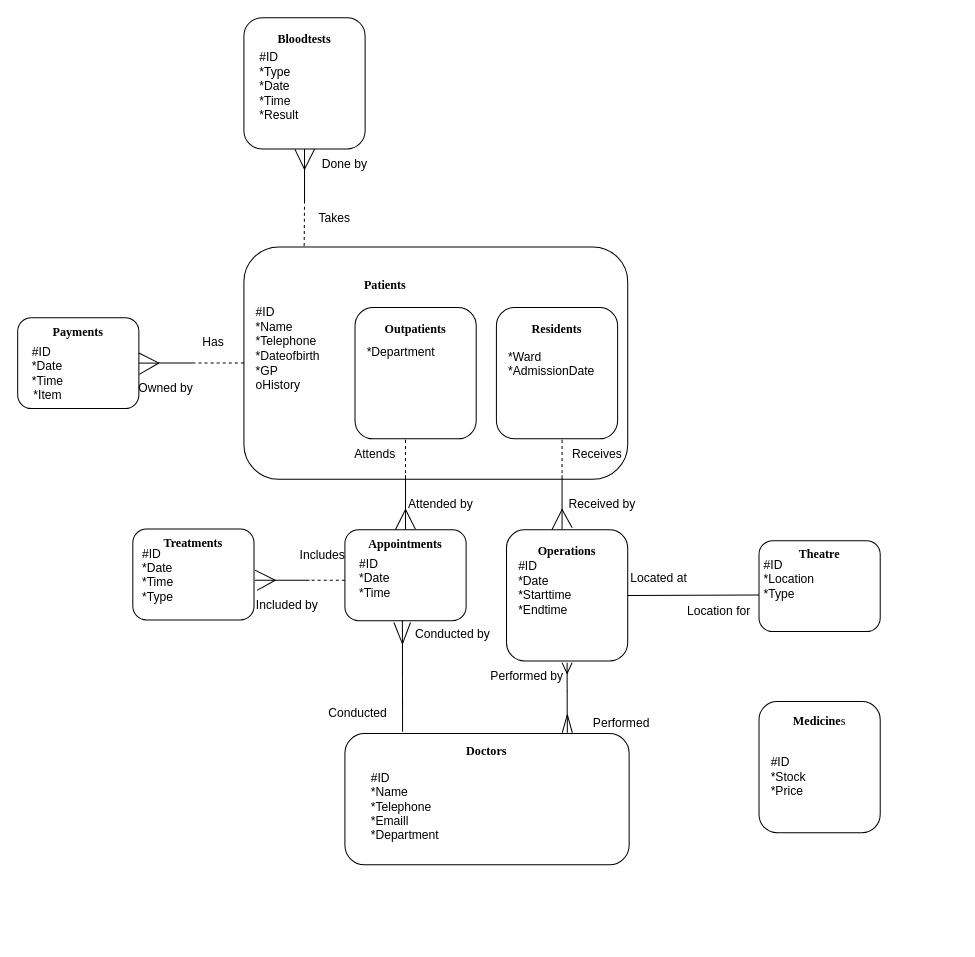
The draw.io diagram Assignment1DatabaseDesign.drawio in LordDdanielHan/test, before the edit. Source tidied: cells renumbered, new cells numbered last; positions are measured from the earlier drawing's top-left corner, leaving out a move shared by most shapes. Both pictures are drawn from the tidied source at 101%, with x=0, y=0 at pixel (17, 17).
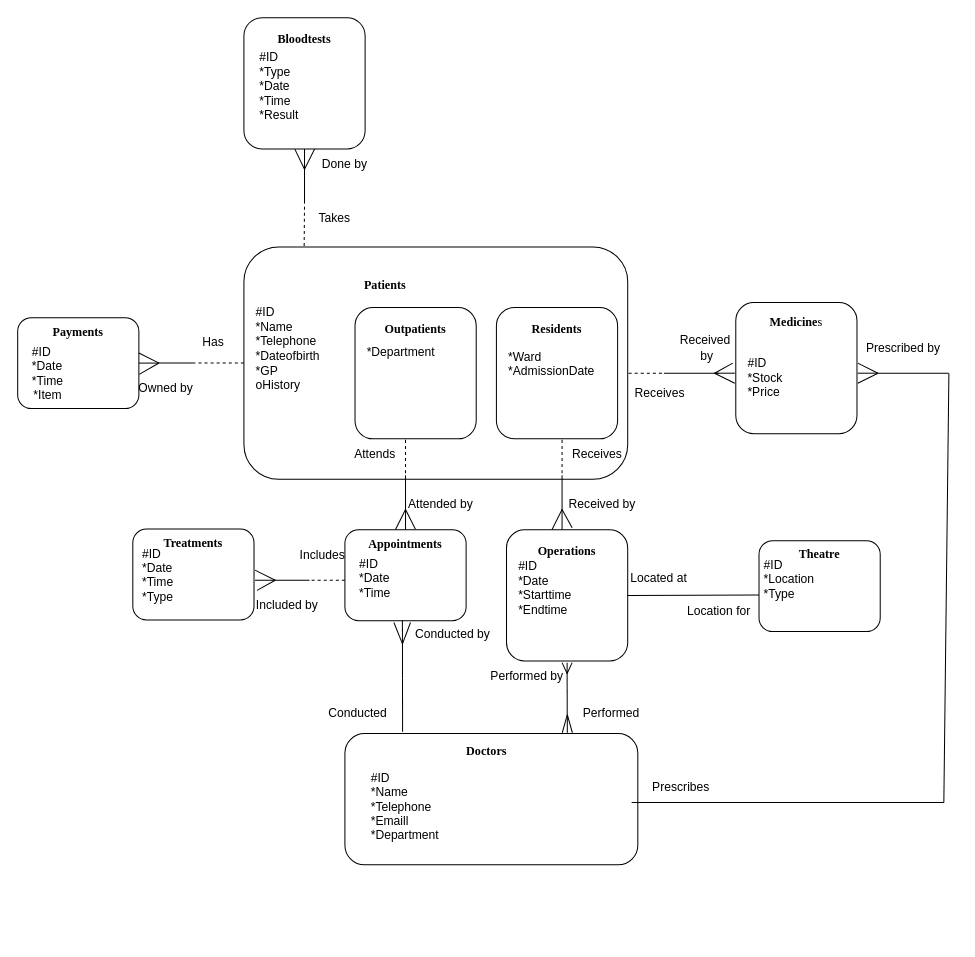
Above is the later version.

Change to the diagram source:
```diff
@@
     <mxCell id="52" style="group;" parent="1" vertex="1">
-      <mxGeometry x="734" y="667" width="120" height="140" as="geometry" />
+      <mxGeometry x="711" y="272" width="120" height="140" as="geometry" />
     </mxCell>
@@
     <mxCell id="82" style="group;rotation=90;" parent="1" vertex="1">
-      <mxGeometry x="324" y="697" width="281.4" height="141.8" as="geometry" />
+      <mxGeometry x="324" y="697" width="290" height="141.8" as="geometry" />
     </mxCell>
     <mxCell id="83" style="rounded=1;whiteSpace=wrap;html=1;" parent="82" vertex="1">
-      <mxGeometry y="11.8" width="281.4" height="130" as="geometry" />
+      <mxGeometry y="11.8" width="290" height="130" as="geometry" />
     </mxCell>
@@
     <mxCell id="106" value="Performed" style="text;html=1;align=center;verticalAlign=middle;whiteSpace=wrap;rounded=0;" parent="1" vertex="1">
-      <mxGeometry x="545.2" y="684" width="105.7" height="30" as="geometry" />
+      <mxGeometry x="535" y="674" width="105.7" height="30" as="geometry" />
     </mxCell>
@@
+    <mxCell id="111" style="group;rotation=-90;" parent="1" vertex="1">
+      <mxGeometry x="866.8" y="307" width="20" height="90" as="geometry" />
+    </mxCell>
+    <mxCell id="112" style="endArrow=none;html=1;rounded=0;" parent="111" edge="1">
+      <mxGeometry relative="1" as="geometry">
+        <mxPoint x="55" y="45" as="sourcePoint" />
+        <mxPoint x="-15" y="45" as="targetPoint" />
+      </mxGeometry>
+    </mxCell>
+    <mxCell id="113" style="group;rotation=-90;" parent="111" vertex="1">
+      <mxGeometry x="-35" y="35" width="20" height="20" as="geometry" />
+    </mxCell>
+    <mxCell id="114" style="endArrow=none;html=1;rounded=0;" parent="113" edge="1">
+      <mxGeometry relative="1" as="geometry">
+        <mxPoint x="20" y="10" as="sourcePoint" />
+        <mxPoint y="20" as="targetPoint" />
+      </mxGeometry>
+    </mxCell>
+    <mxCell id="115" style="endArrow=none;html=1;rounded=0;" parent="113" edge="1">
+      <mxGeometry relative="1" as="geometry">
+        <mxPoint x="20" y="10" as="sourcePoint" />
+        <mxPoint as="targetPoint" />
+      </mxGeometry>
+    </mxCell>
+    <mxCell id="116" style="endArrow=none;html=1;rounded=0;" parent="113" edge="1">
+      <mxGeometry relative="1" as="geometry">
+        <mxPoint x="20" y="10" as="sourcePoint" />
+        <mxPoint y="10" as="targetPoint" />
+      </mxGeometry>
+    </mxCell>
+    <mxCell id="117" style="endArrow=none;html=1;rounded=0;" parent="1" edge="1">
+      <mxGeometry relative="1" as="geometry">
+        <mxPoint x="917" y="777" as="sourcePoint" />
+        <mxPoint x="922" y="352" as="targetPoint" />
+      </mxGeometry>
+    </mxCell>
+    <mxCell id="118" style="endArrow=none;html=1;rounded=0;" parent="1" edge="1">
+      <mxGeometry relative="1" as="geometry">
+        <mxPoint x="607.9" y="777" as="sourcePoint" />
+        <mxPoint x="917" y="777" as="targetPoint" />
+      </mxGeometry>
+    </mxCell>
+    <mxCell id="119" value="Prescribed by" style="text;html=1;align=center;verticalAlign=middle;whiteSpace=wrap;rounded=0;" parent="1" vertex="1">
+      <mxGeometry x="824" y="313" width="105.7" height="30" as="geometry" />
+    </mxCell>
+    <mxCell id="120" value="Prescribes" style="text;html=1;align=center;verticalAlign=middle;whiteSpace=wrap;rounded=0;" parent="1" vertex="1">
+      <mxGeometry x="604" y="747" width="105.7" height="30" as="geometry" />
+    </mxCell>
+    <mxCell id="121" value="Receives" style="text;html=1;align=center;verticalAlign=middle;whiteSpace=wrap;rounded=0;" parent="1" vertex="1">
+      <mxGeometry x="582.6" y="357" width="105.7" height="30" as="geometry" />
+    </mxCell>
+    <mxCell id="122" value="&lt;div&gt;Received&lt;/div&gt;&lt;div&gt;&amp;nbsp;by&lt;/div&gt;" style="text;html=1;align=center;verticalAlign=middle;whiteSpace=wrap;rounded=0;" parent="1" vertex="1">
+      <mxGeometry x="628.3" y="312" width="105.7" height="30" as="geometry" />
+    </mxCell>
+    <mxCell id="123" style="endArrow=none;html=1;rounded=0;" parent="1" edge="1">
+      <mxGeometry relative="1" as="geometry">
+        <mxPoint x="639.9" y="352" as="sourcePoint" />
+        <mxPoint x="694" y="352" as="targetPoint" />
+      </mxGeometry>
+    </mxCell>
+    <mxCell id="124" style="endArrow=none;html=1;rounded=0;dashed=1;exitX=0.213;exitY=-0.011;exitDx=0;exitDy=0;exitPerimeter=0;" parent="1" edge="1">
+      <mxGeometry relative="1" as="geometry">
+        <mxPoint x="604.9" y="352" as="sourcePoint" />
+        <mxPoint x="639.9" y="352" as="targetPoint" />
+      </mxGeometry>
+    </mxCell>
+    <mxCell id="125" style="group;" parent="1" vertex="1">
+      <mxGeometry x="690" y="342" width="20" height="20" as="geometry" />
+    </mxCell>
+    <mxCell id="126" style="endArrow=none;html=1;rounded=0;" parent="125" edge="1">
+      <mxGeometry relative="1" as="geometry">
+        <mxPoint y="10" as="sourcePoint" />
+        <mxPoint x="20" y="10" as="targetPoint" />
+      </mxGeometry>
+    </mxCell>
+    <mxCell id="127" style="endArrow=none;html=1;rounded=0;" parent="125" edge="1">
+      <mxGeometry relative="1" as="geometry">
+        <mxPoint y="10" as="sourcePoint" />
+        <mxPoint x="20" y="20" as="targetPoint" />
+      </mxGeometry>
+    </mxCell>
+    <mxCell id="128" style="endArrow=none;html=1;rounded=0;exitX=0.582;exitY=-0.016;exitDx=0;exitDy=0;exitPerimeter=0;" parent="125" edge="1">
+      <mxGeometry relative="1" as="geometry">
+        <mxPoint x="18" as="sourcePoint" />
+        <mxPoint y="10" as="targetPoint" />
+      </mxGeometry>
+    </mxCell>
```
